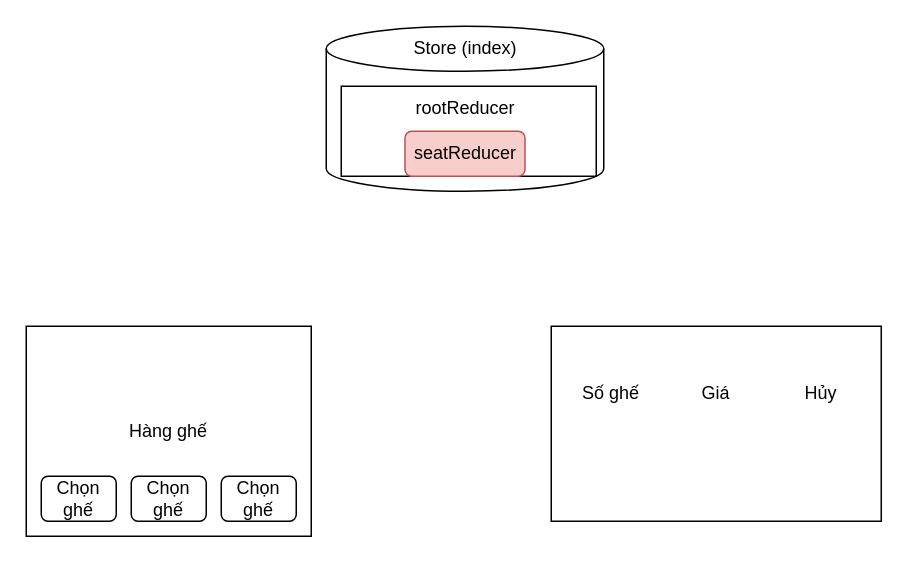
Earlier version of the draw.io diagram public/Diagram/Diagram.drawio (huypham0808/ReacJS_Movie_Ticket). Source tidied: cells renumbered, new cells numbered last; positions are measured from the earlier drawing's top-left corner, leaving out a move shared by most shapes. Both pictures are drawn from the tidied source at 150%, with x=0, y=0 at pixel (26, 26).
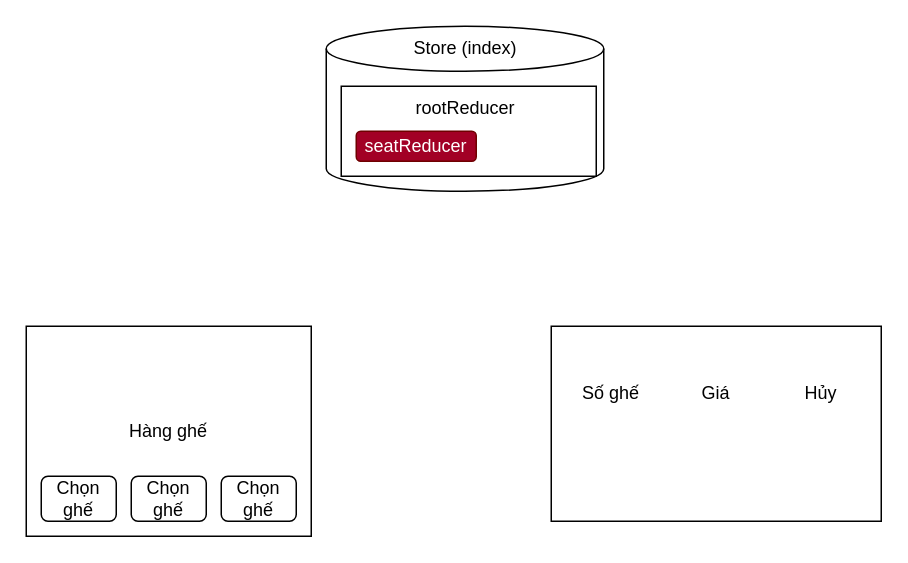
Above is the later version.

Change to the diagram source:
```diff
@@
 <mxGraphModel>
   <root>
     <mxCell id="0" />
     <mxCell id="1" parent="0" />
     <mxCell id="2" value="Hàng ghế" style="rounded=0;whiteSpace=wrap;html=1;" parent="1" vertex="1">
       <mxGeometry y="200" width="190" height="140" as="geometry" />
     </mxCell>
     <mxCell id="3" style="shape=cylinder3;whiteSpace=wrap;html=1;boundedLbl=1;backgroundOutline=1;size=15;" parent="1" vertex="1">
       <mxGeometry x="200" width="185" height="110" as="geometry" />
     </mxCell>
     <mxCell id="4" value="Store (index)" style="text;html=1;strokeColor=none;fillColor=none;align=center;verticalAlign=middle;whiteSpace=wrap;rounded=0;" parent="1" vertex="1">
       <mxGeometry x="248.8" width="87.5" height="30" as="geometry" />
     </mxCell>
     <mxCell id="5" style="rounded=0;whiteSpace=wrap;html=1;" parent="1" vertex="1">
       <mxGeometry x="210" y="40" width="170" height="60" as="geometry" />
     </mxCell>
-    <mxCell id="6" value="seatReducer" style="rounded=1;whiteSpace=wrap;html=1;fillColor=#f8cecc;strokeColor=#b85450;" parent="1" vertex="1">
-      <mxGeometry x="252.5" y="70" width="80" height="30" as="geometry" />
+    <mxCell id="6" value="seatReducer" style="rounded=1;whiteSpace=wrap;html=1;fillColor=#a20025;strokeColor=#6F0000;fontColor=#ffffff;" parent="1" vertex="1">
+      <mxGeometry x="220" y="70" width="80" height="20" as="geometry" />
     </mxCell>
     <mxCell id="7" value="rootReducer" style="text;html=1;strokeColor=none;fillColor=none;align=center;verticalAlign=middle;whiteSpace=wrap;rounded=0;" parent="1" vertex="1">
       <mxGeometry x="262.5" y="40" width="60" height="30" as="geometry" />
     </mxCell>
     <mxCell id="8" value="Chọn ghế" style="rounded=1;whiteSpace=wrap;html=1;" parent="1" vertex="1">
       <mxGeometry x="10" y="300" width="50" height="30" as="geometry" />
     </mxCell>
     <mxCell id="9" value="Chọn ghế" style="rounded=1;whiteSpace=wrap;html=1;" parent="1" vertex="1">
       <mxGeometry x="70" y="300" width="50" height="30" as="geometry" />
     </mxCell>
     <mxCell id="10" value="Chọn ghế" style="rounded=1;whiteSpace=wrap;html=1;" parent="1" vertex="1">
       <mxGeometry x="130" y="300" width="50" height="30" as="geometry" />
     </mxCell>
     <mxCell id="11" style="rounded=0;whiteSpace=wrap;html=1;" parent="1" vertex="1">
       <mxGeometry x="350" y="200" width="220" height="130" as="geometry" />
     </mxCell>
     <mxCell id="12" value="Số ghế" style="text;html=1;strokeColor=none;fillColor=none;align=center;verticalAlign=middle;whiteSpace=wrap;rounded=0;" parent="1" vertex="1">
       <mxGeometry x="360" y="230" width="60" height="30" as="geometry" />
     </mxCell>
     <mxCell id="13" value="Giá" style="text;html=1;strokeColor=none;fillColor=none;align=center;verticalAlign=middle;whiteSpace=wrap;rounded=0;" parent="1" vertex="1">
       <mxGeometry x="430" y="230" width="60" height="30" as="geometry" />
     </mxCell>
     <mxCell id="14" value="Hủy" style="text;html=1;strokeColor=none;fillColor=none;align=center;verticalAlign=middle;whiteSpace=wrap;rounded=0;" parent="1" vertex="1">
       <mxGeometry x="500" y="230" width="60" height="30" as="geometry" />
     </mxCell>
   </root>
 </mxGraphModel>
```
